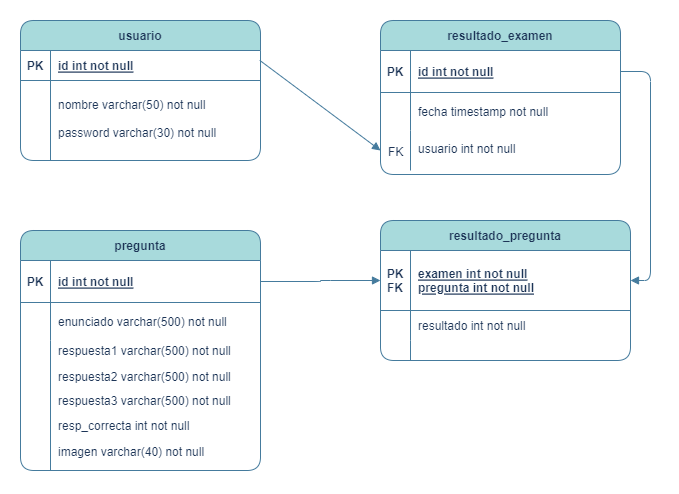
Before: BD/autoescuela.png, a diagram exported from draw.io (marzane/autoescuela). Source tidied: cells renumbered, new cells last; positions are measured from the earlier drawing's top-left corner, leaving out a move shared by most shapes.
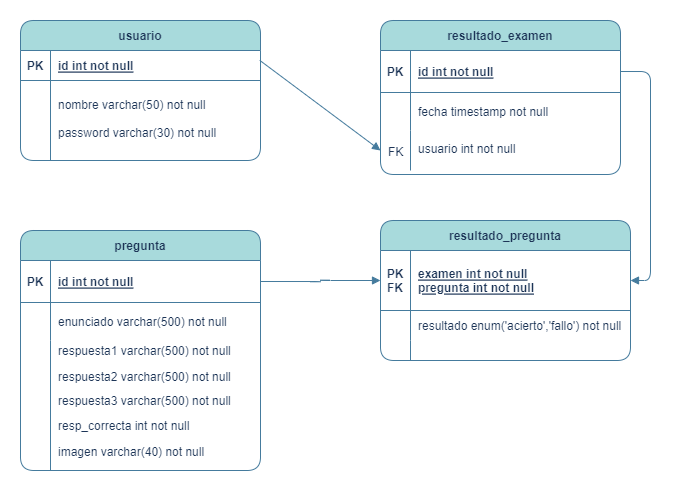
Later version of the same file.

Diff of the diagram source:
```diff
@@ -52,7 +52,7 @@
     <mxCell id="17" style="shape=partialRectangle;overflow=hidden;fillColor=none;top=0;left=0;bottom=0;right=0;labelBackgroundColor=none;strokeColor=#457B9D;fontColor=#1D3557;rounded=1;" parent="16" vertex="1">
       <mxGeometry width="30" height="30" as="geometry" />
     </mxCell>
-    <mxCell id="18" value="resultado int not null" style="shape=partialRectangle;overflow=hidden;fillColor=none;top=0;left=0;bottom=0;right=0;align=left;spacingLeft=6;labelBackgroundColor=none;strokeColor=#457B9D;fontColor=#1D3557;rounded=1;" parent="16" vertex="1">
+    <mxCell id="18" value="resultado enum('acierto','fallo') not null" style="shape=partialRectangle;overflow=hidden;fillColor=none;top=0;left=0;bottom=0;right=0;align=left;spacingLeft=6;labelBackgroundColor=none;strokeColor=#457B9D;fontColor=#1D3557;rounded=1;" parent="16" vertex="1">
       <mxGeometry x="30" width="220" height="30" as="geometry" />
     </mxCell>
     <mxCell id="19" style="shape=partialRectangle;fillColor=none;top=0;left=0;right=0;bottom=0;labelBackgroundColor=none;strokeColor=#457B9D;fontColor=#1D3557;rounded=1;" parent="12" vertex="1">
```
